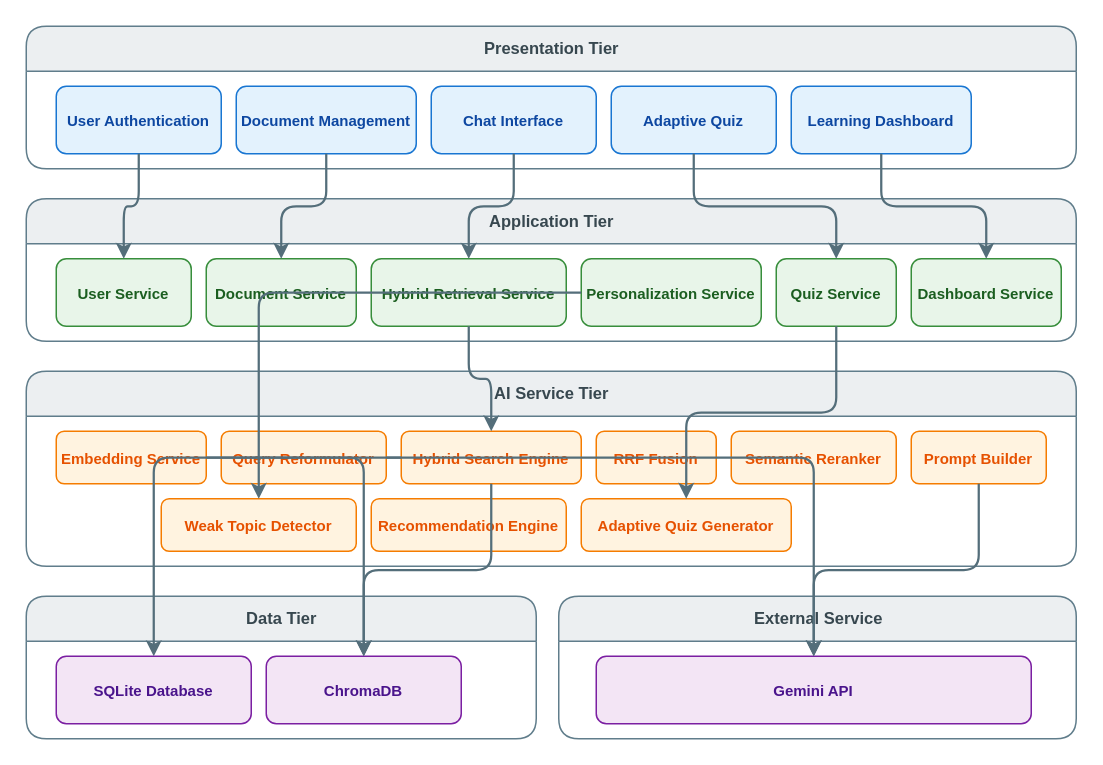
Before: page "Architecture" (1 of 12) of RAG_Chatbot_Design.drawio in haudo1207/personalized-lms-rag-chatbot, a draw.io diagram. Source tidied: cells renumbered, new cells numbered last; positions are measured from the earlier drawing's top-left corner, leaving out a move shared by most shapes. Both pictures are drawn from the tidied source at 150%, with x=0, y=0 at pixel (26, 26).
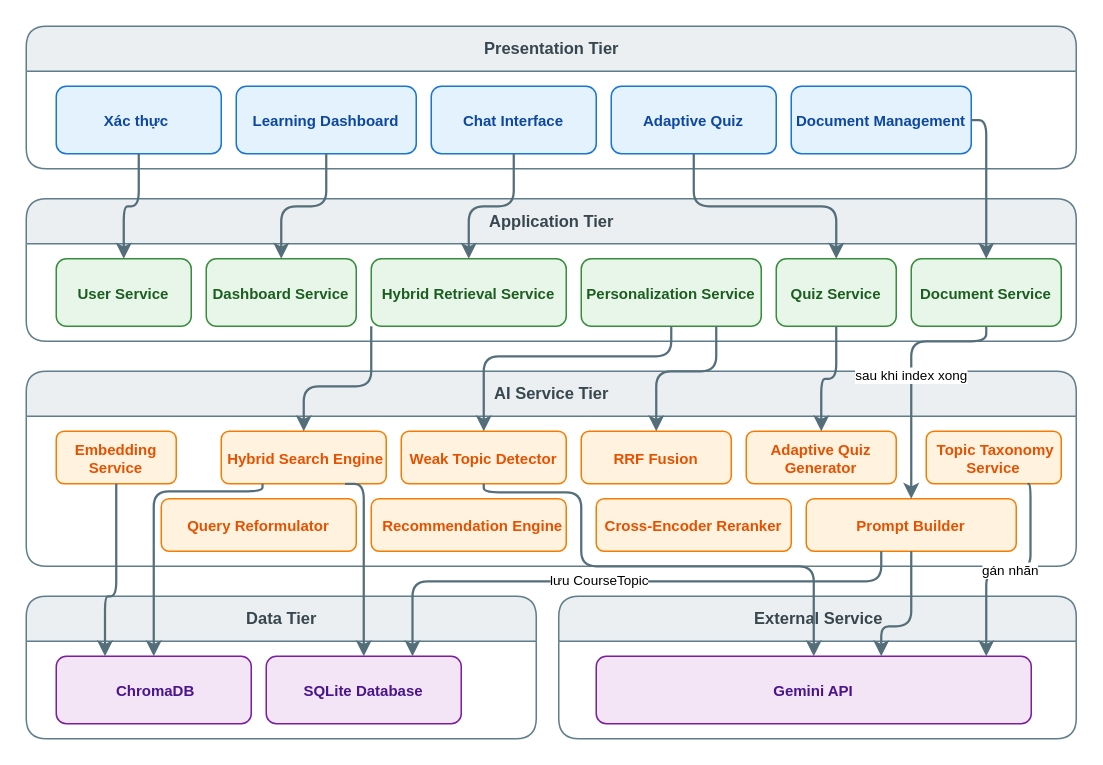
The same page after the edit.

The change refers to these unchanged cells:
```xml
<mxCell id="11" value="Hybrid Retrieval Service" style="rounded=1;whiteSpace=wrap;html=1;fillColor=#E8F5E9;strokeColor=#388E3C;fontColor=#1B5E20;fontStyle=1;fontSize=10;" parent="1" vertex="1">
  <mxGeometry x="230" y="155" width="130" height="45" as="geometry" />
</mxCell>
<mxCell id="12" value="Personalization Service" style="rounded=1;whiteSpace=wrap;html=1;fillColor=#E8F5E9;strokeColor=#388E3C;fontColor=#1B5E20;fontStyle=1;fontSize=10;" parent="1" vertex="1">
  <mxGeometry x="370" y="155" width="120" height="45" as="geometry" />
</mxCell>
<mxCell id="13" value="Quiz Service" style="rounded=1;whiteSpace=wrap;html=1;fillColor=#E8F5E9;strokeColor=#388E3C;fontColor=#1B5E20;fontStyle=1;fontSize=10;" parent="1" vertex="1">
  <mxGeometry x="500" y="155" width="80" height="45" as="geometry" />
</mxCell>
<mxCell id="29" value="Gemini API" style="rounded=1;whiteSpace=wrap;html=1;fillColor=#F3E5F5;strokeColor=#7B1FA2;fontColor=#4A148C;fontStyle=1;fontSize=10;" parent="1" vertex="1">
  <mxGeometry x="380" y="420" width="290" height="45" as="geometry" />
</mxCell>
```

Change to the diagram source:
```diff
@@
-    <mxCell id="3" value="User Authentication" style="rounded=1;whiteSpace=wrap;html=1;fillColor=#E3F2FD;strokeColor=#1976D2;fontColor=#0D47A1;fontStyle=1;fontSize=10;" parent="1" vertex="1">
+    <mxCell id="3" value="Xác thực&amp;nbsp;" style="rounded=1;whiteSpace=wrap;html=1;fillColor=#E3F2FD;strokeColor=#1976D2;fontColor=#0D47A1;fontStyle=1;fontSize=10;" parent="1" vertex="1">
       <mxGeometry x="20" y="40" width="110" height="45" as="geometry" />
     </mxCell>
-    <mxCell id="4" value="Document Management" style="rounded=1;whiteSpace=wrap;html=1;fillColor=#E3F2FD;strokeColor=#1976D2;fontColor=#0D47A1;fontStyle=1;fontSize=10;" parent="1" vertex="1">
+    <mxCell id="4" value="Learning Dashboard" style="rounded=1;whiteSpace=wrap;html=1;fillColor=#E3F2FD;strokeColor=#1976D2;fontColor=#0D47A1;fontStyle=1;fontSize=10;" parent="1" vertex="1">
       <mxGeometry x="140" y="40" width="120" height="45" as="geometry" />
     </mxCell>
@@
-    <mxCell id="7" value="Learning Dashboard" style="rounded=1;whiteSpace=wrap;html=1;fillColor=#E3F2FD;strokeColor=#1976D2;fontColor=#0D47A1;fontStyle=1;fontSize=10;" parent="1" vertex="1">
+    <mxCell id="7" value="Document Management" style="rounded=1;whiteSpace=wrap;html=1;fillColor=#E3F2FD;strokeColor=#1976D2;fontColor=#0D47A1;fontStyle=1;fontSize=10;" parent="1" vertex="1">
       <mxGeometry x="510" y="40" width="120" height="45" as="geometry" />
     </mxCell>
@@
-    <mxCell id="10" value="Document Service" style="rounded=1;whiteSpace=wrap;html=1;fillColor=#E8F5E9;strokeColor=#388E3C;fontColor=#1B5E20;fontStyle=1;fontSize=10;" parent="1" vertex="1">
+    <mxCell id="10" value="Dashboard Service" style="rounded=1;whiteSpace=wrap;html=1;fillColor=#E8F5E9;strokeColor=#388E3C;fontColor=#1B5E20;fontStyle=1;fontSize=10;" parent="1" vertex="1">
       <mxGeometry x="120" y="155" width="100" height="45" as="geometry" />
     </mxCell>
@@
-    <mxCell id="14" value="Dashboard Service" style="rounded=1;whiteSpace=wrap;html=1;fillColor=#E8F5E9;strokeColor=#388E3C;fontColor=#1B5E20;fontStyle=1;fontSize=10;" parent="1" vertex="1">
+    <mxCell id="14" value="Document Service" style="rounded=1;whiteSpace=wrap;html=1;fillColor=#E8F5E9;strokeColor=#388E3C;fontColor=#1B5E20;fontStyle=1;fontSize=10;" parent="1" vertex="1">
       <mxGeometry x="590" y="155" width="100" height="45" as="geometry" />
     </mxCell>
@@
     <mxCell id="16" value="Embedding Service" style="rounded=1;whiteSpace=wrap;html=1;fillColor=#FFF3E0;strokeColor=#F57C00;fontColor=#E65100;fontStyle=1;fontSize=10;" parent="1" vertex="1">
-      <mxGeometry x="20" y="270" width="100" height="35" as="geometry" />
+      <mxGeometry x="20" y="270" width="80" height="35" as="geometry" />
     </mxCell>
-    <mxCell id="17" value="Query Reformulator" style="rounded=1;whiteSpace=wrap;html=1;fillColor=#FFF3E0;strokeColor=#F57C00;fontColor=#E65100;fontStyle=1;fontSize=10;" parent="1" vertex="1">
+    <mxCell id="17" value="&amp;nbsp;Hybrid Search Engine" style="rounded=1;whiteSpace=wrap;html=1;fillColor=#FFF3E0;strokeColor=#F57C00;fontColor=#E65100;fontStyle=1;fontSize=10;" parent="1" vertex="1">
       <mxGeometry x="130" y="270" width="110" height="35" as="geometry" />
     </mxCell>
-    <mxCell id="18" value="Hybrid Search Engine" style="rounded=1;whiteSpace=wrap;html=1;fillColor=#FFF3E0;strokeColor=#F57C00;fontColor=#E65100;fontStyle=1;fontSize=10;" parent="1" vertex="1">
-      <mxGeometry x="250" y="270" width="120" height="35" as="geometry" />
+    <mxCell id="18" value="Weak Topic Detector" style="rounded=1;whiteSpace=wrap;html=1;fillColor=#FFF3E0;strokeColor=#F57C00;fontColor=#E65100;fontStyle=1;fontSize=10;" parent="1" vertex="1">
+      <mxGeometry x="250" y="270" width="110" height="35" as="geometry" />
     </mxCell>
     <mxCell id="19" value="RRF Fusion" style="rounded=1;whiteSpace=wrap;html=1;fillColor=#FFF3E0;strokeColor=#F57C00;fontColor=#E65100;fontStyle=1;fontSize=10;" parent="1" vertex="1">
-      <mxGeometry x="380" y="270" width="80" height="35" as="geometry" />
+      <mxGeometry x="370" y="270" width="100" height="35" as="geometry" />
     </mxCell>
-    <mxCell id="20" value="Semantic Reranker" style="rounded=1;whiteSpace=wrap;html=1;fillColor=#FFF3E0;strokeColor=#F57C00;fontColor=#E65100;fontStyle=1;fontSize=10;" parent="1" vertex="1">
-      <mxGeometry x="470" y="270" width="110" height="35" as="geometry" />
+    <mxCell id="20" value="Adaptive Quiz Generator" style="rounded=1;whiteSpace=wrap;html=1;fillColor=#FFF3E0;strokeColor=#F57C00;fontColor=#E65100;fontStyle=1;fontSize=10;" parent="1" vertex="1">
+      <mxGeometry x="480" y="270" width="100" height="35" as="geometry" />
     </mxCell>
-    <mxCell id="21" value="Prompt Builder" style="rounded=1;whiteSpace=wrap;html=1;fillColor=#FFF3E0;strokeColor=#F57C00;fontColor=#E65100;fontStyle=1;fontSize=10;" parent="1" vertex="1">
-      <mxGeometry x="590" y="270" width="90" height="35" as="geometry" />
+    <mxCell id="21" value="&amp;nbsp;Topic Taxonomy Service" style="rounded=1;whiteSpace=wrap;html=1;fillColor=#FFF3E0;strokeColor=#F57C00;fontColor=#E65100;fontStyle=1;fontSize=10;" parent="1" vertex="1">
+      <mxGeometry x="600" y="270" width="90" height="35" as="geometry" />
     </mxCell>
-    <mxCell id="22" value="Weak Topic Detector" style="rounded=1;whiteSpace=wrap;html=1;fillColor=#FFF3E0;strokeColor=#F57C00;fontColor=#E65100;fontStyle=1;fontSize=10;" parent="1" vertex="1">
+    <mxCell id="22" value="Query Reformulator" style="rounded=1;whiteSpace=wrap;html=1;fillColor=#FFF3E0;strokeColor=#F57C00;fontColor=#E65100;fontStyle=1;fontSize=10;" parent="1" vertex="1">
       <mxGeometry x="90" y="315" width="130" height="35" as="geometry" />
     </mxCell>
-    <mxCell id="23" value="Recommendation Engine" style="rounded=1;whiteSpace=wrap;html=1;fillColor=#FFF3E0;strokeColor=#F57C00;fontColor=#E65100;fontStyle=1;fontSize=10;" parent="1" vertex="1">
+    <mxCell id="23" value="&amp;nbsp; Recommendation Engine" style="rounded=1;whiteSpace=wrap;html=1;fillColor=#FFF3E0;strokeColor=#F57C00;fontColor=#E65100;fontStyle=1;fontSize=10;" parent="1" vertex="1">
       <mxGeometry x="230" y="315" width="130" height="35" as="geometry" />
     </mxCell>
-    <mxCell id="24" value="Adaptive Quiz Generator" style="rounded=1;whiteSpace=wrap;html=1;fillColor=#FFF3E0;strokeColor=#F57C00;fontColor=#E65100;fontStyle=1;fontSize=10;" parent="1" vertex="1">
-      <mxGeometry x="370" y="315" width="140" height="35" as="geometry" />
+    <mxCell id="24" value="Cross-Encoder Reranker" style="rounded=1;whiteSpace=wrap;html=1;fillColor=#FFF3E0;strokeColor=#F57C00;fontColor=#E65100;fontStyle=1;fontSize=10;" parent="1" vertex="1">
+      <mxGeometry x="380" y="315" width="130" height="35" as="geometry" />
     </mxCell>
+    <mxCell id="43" value="Prompt Builder" style="rounded=1;whiteSpace=wrap;html=1;fillColor=#FFF3E0;strokeColor=#F57C00;fontColor=#E65100;fontStyle=1;fontSize=10;" parent="1" vertex="1">
+      <mxGeometry x="520" y="315" width="140" height="35" as="geometry" />
+    </mxCell>
@@
-    <mxCell id="26" value="SQLite Database" style="rounded=1;whiteSpace=wrap;html=1;fillColor=#F3E5F5;strokeColor=#7B1FA2;fontColor=#4A148C;fontStyle=1;fontSize=10;" parent="1" vertex="1">
+    <mxCell id="26" value="&amp;nbsp;ChromaDB" style="rounded=1;whiteSpace=wrap;html=1;fillColor=#F3E5F5;strokeColor=#7B1FA2;fontColor=#4A148C;fontStyle=1;fontSize=10;" parent="1" vertex="1">
       <mxGeometry x="20" y="420" width="130" height="45" as="geometry" />
     </mxCell>
-    <mxCell id="27" value="ChromaDB" style="rounded=1;whiteSpace=wrap;html=1;fillColor=#F3E5F5;strokeColor=#7B1FA2;fontColor=#4A148C;fontStyle=1;fontSize=10;" parent="1" vertex="1">
+    <mxCell id="27" value="SQLite Database" style="rounded=1;whiteSpace=wrap;html=1;fillColor=#F3E5F5;strokeColor=#7B1FA2;fontColor=#4A148C;fontStyle=1;fontSize=10;" parent="1" vertex="1">
       <mxGeometry x="160" y="420" width="130" height="45" as="geometry" />
     </mxCell>
@@
     <mxCell id="34" style="edgeStyle=orthogonalEdgeStyle;rounded=1;jettySize=auto;html=1;strokeWidth=1.5;strokeColor=#546E7A;fontSize=9;" parent="1" edge="1" source="7" target="14">
-      <mxGeometry relative="1" as="geometry" />
+      <mxGeometry relative="1" as="geometry">
+        <Array as="points">
+          <mxPoint x="640" y="62.5" />
+        </Array>
+      </mxGeometry>
     </mxCell>
-    <mxCell id="35" style="edgeStyle=orthogonalEdgeStyle;rounded=1;jettySize=auto;html=1;strokeWidth=1.5;strokeColor=#546E7A;fontSize=9;" parent="1" edge="1" source="11" target="18">
-      <mxGeometry relative="1" as="geometry" />
+    <mxCell id="35" style="edgeStyle=orthogonalEdgeStyle;rounded=1;jettySize=auto;html=1;strokeWidth=1.5;strokeColor=#546E7A;fontSize=9;entryX=0.5;entryY=0;entryDx=0;entryDy=0;" parent="1" edge="1" source="11" target="17">
+      <mxGeometry relative="1" as="geometry">
+        <Array as="points">
+          <mxPoint x="230" y="240" />
+          <mxPoint x="185" y="240" />
+        </Array>
+      </mxGeometry>
     </mxCell>
-    <mxCell id="36" style="edgeStyle=orthogonalEdgeStyle;rounded=1;jettySize=auto;html=1;strokeWidth=1.5;strokeColor=#546E7A;fontSize=9;" parent="1" edge="1" source="12" target="22">
-      <mxGeometry relative="1" as="geometry" />
+    <mxCell id="36" style="edgeStyle=orthogonalEdgeStyle;rounded=1;jettySize=auto;html=1;strokeWidth=1.5;strokeColor=#546E7A;fontSize=9;entryX=0.5;entryY=0;entryDx=0;entryDy=0;" parent="1" edge="1" source="12" target="18">
+      <mxGeometry relative="1" as="geometry">
+        <Array as="points">
+          <mxPoint x="430" y="220" />
+          <mxPoint x="305" y="220" />
+        </Array>
+      </mxGeometry>
     </mxCell>
-    <mxCell id="37" style="edgeStyle=orthogonalEdgeStyle;rounded=1;jettySize=auto;html=1;strokeWidth=1.5;strokeColor=#546E7A;fontSize=9;" parent="1" edge="1" source="13" target="24">
+    <mxCell id="37" style="edgeStyle=orthogonalEdgeStyle;rounded=1;jettySize=auto;html=1;strokeWidth=1.5;strokeColor=#546E7A;fontSize=9;entryX=0.5;entryY=0;entryDx=0;entryDy=0;" parent="1" edge="1" source="13" target="20">
       <mxGeometry relative="1" as="geometry" />
     </mxCell>
+    <mxCell id="44" value="sau khi index xong" style="edgeStyle=orthogonalEdgeStyle;rounded=1;jettySize=auto;html=1;strokeWidth=1.5;strokeColor=#546E7A;fontSize=9;exitX=0.5;exitY=1;exitDx=0;exitDy=0;" parent="1" edge="1" source="14" target="43">
+      <mxGeometry relative="1" as="geometry">
+        <Array as="points">
+          <mxPoint x="640" y="210" />
+          <mxPoint x="590" y="210" />
+        </Array>
+      </mxGeometry>
+    </mxCell>
+    <mxCell id="45" style="edgeStyle=orthogonalEdgeStyle;rounded=1;jettySize=auto;html=1;strokeWidth=1.5;strokeColor=#546E7A;fontSize=9;entryX=0.5;entryY=0;entryDx=0;entryDy=0;exitX=0.75;exitY=1;exitDx=0;exitDy=0;" parent="1" edge="1" source="12" target="19">
+      <mxGeometry relative="1" as="geometry">
+        <Array as="points">
+          <mxPoint x="460" y="230" />
+          <mxPoint x="420" y="230" />
+        </Array>
+      </mxGeometry>
+    </mxCell>
-    <mxCell id="38" style="edgeStyle=orthogonalEdgeStyle;rounded=1;jettySize=auto;html=1;strokeWidth=1.5;strokeColor=#546E7A;fontSize=9;" parent="1" edge="1" source="16" target="27">
-      <mxGeometry relative="1" as="geometry" />
+    <mxCell id="38" style="edgeStyle=orthogonalEdgeStyle;rounded=1;jettySize=auto;html=1;strokeWidth=1.5;strokeColor=#546E7A;fontSize=9;entryX=0.25;entryY=0;entryDx=0;entryDy=0;" parent="1" edge="1" source="16" target="26">
+      <mxGeometry relative="1" as="geometry">
+        <Array as="points">
+          <mxPoint x="60" y="380" />
+          <mxPoint x="52.5" y="380" />
+        </Array>
+      </mxGeometry>
     </mxCell>
-    <mxCell id="39" style="edgeStyle=orthogonalEdgeStyle;rounded=1;jettySize=auto;html=1;strokeWidth=1.5;strokeColor=#546E7A;fontSize=9;" parent="1" edge="1" source="18" target="26">
-      <mxGeometry relative="1" as="geometry" />
+    <mxCell id="39" style="edgeStyle=orthogonalEdgeStyle;rounded=1;jettySize=auto;html=1;strokeWidth=1.5;strokeColor=#546E7A;fontSize=9;exitX=0.25;exitY=1;exitDx=0;exitDy=0;entryX=0.5;entryY=0;entryDx=0;entryDy=0;" parent="1" edge="1" source="17" target="26">
+      <mxGeometry relative="1" as="geometry">
+        <Array as="points">
+          <mxPoint x="157.5" y="310" />
+          <mxPoint x="85" y="310" />
+        </Array>
+      </mxGeometry>
     </mxCell>
-    <mxCell id="40" style="edgeStyle=orthogonalEdgeStyle;rounded=1;jettySize=auto;html=1;strokeWidth=1.5;strokeColor=#546E7A;fontSize=9;" parent="1" edge="1" source="18" target="27">
-      <mxGeometry relative="1" as="geometry" />
+    <mxCell id="40" style="edgeStyle=orthogonalEdgeStyle;rounded=1;jettySize=auto;html=1;strokeWidth=1.5;strokeColor=#546E7A;fontSize=9;exitX=0.75;exitY=1;exitDx=0;exitDy=0;" parent="1" edge="1" source="17" target="27">
+      <mxGeometry relative="1" as="geometry">
+        <Array as="points">
+          <mxPoint x="225" y="305" />
+        </Array>
+      </mxGeometry>
     </mxCell>
-    <mxCell id="41" style="edgeStyle=orthogonalEdgeStyle;rounded=1;jettySize=auto;html=1;strokeWidth=1.5;strokeColor=#546E7A;fontSize=9;" parent="1" edge="1" source="17" target="29">
-      <mxGeometry relative="1" as="geometry" />
+    <mxCell id="41" style="edgeStyle=orthogonalEdgeStyle;rounded=1;jettySize=auto;html=1;strokeWidth=1.5;strokeColor=#546E7A;fontSize=9;exitX=0.5;exitY=1;exitDx=0;exitDy=0;" parent="1" edge="1" source="18" target="29">
+      <mxGeometry relative="1" as="geometry">
+        <Array as="points">
+          <mxPoint x="305" y="310.7" />
+          <mxPoint x="370" y="310.7" />
+          <mxPoint x="370" y="360" />
+          <mxPoint x="525" y="360" />
+        </Array>
+      </mxGeometry>
     </mxCell>
-    <mxCell id="42" style="edgeStyle=orthogonalEdgeStyle;rounded=1;jettySize=auto;html=1;strokeWidth=1.5;strokeColor=#546E7A;fontSize=9;" parent="1" edge="1" source="21" target="29">
-      <mxGeometry relative="1" as="geometry" />
+    <mxCell id="42" style="edgeStyle=orthogonalEdgeStyle;rounded=1;jettySize=auto;html=1;strokeWidth=1.5;strokeColor=#546E7A;fontSize=9;exitX=0.5;exitY=1;exitDx=0;exitDy=0;" parent="1" edge="1" source="43" target="29">
+      <mxGeometry relative="1" as="geometry">
+        <Array as="points">
+          <mxPoint x="590" y="400" />
+          <mxPoint x="570" y="400" />
+        </Array>
+      </mxGeometry>
     </mxCell>
+    <mxCell id="46" value="lưu CourseTopic" style="edgeStyle=orthogonalEdgeStyle;rounded=1;jettySize=auto;html=1;strokeWidth=1.5;strokeColor=#546E7A;fontSize=9;entryX=0.75;entryY=0;entryDx=0;entryDy=0;" parent="1" edge="1" source="43" target="27">
+      <mxGeometry x="0.09" relative="1" as="geometry">
+        <Array as="points">
+          <mxPoint x="570" y="370" />
+          <mxPoint x="257.5" y="370" />
+        </Array>
+      </mxGeometry>
+    </mxCell>
+    <mxCell id="47" value="gán nhãn" style="edgeStyle=orthogonalEdgeStyle;rounded=1;jettySize=auto;html=1;strokeWidth=1.5;strokeColor=#546E7A;fontSize=9;exitX=0.75;exitY=1;exitDx=0;exitDy=0;" parent="1" edge="1" source="21" target="29">
+      <mxGeometry relative="1" as="geometry">
+        <Array as="points">
+          <mxPoint x="669.5" y="305" />
+          <mxPoint x="669.5" y="362.6" />
+          <mxPoint x="640" y="362.6" />
+        </Array>
+      </mxGeometry>
+    </mxCell>
```
